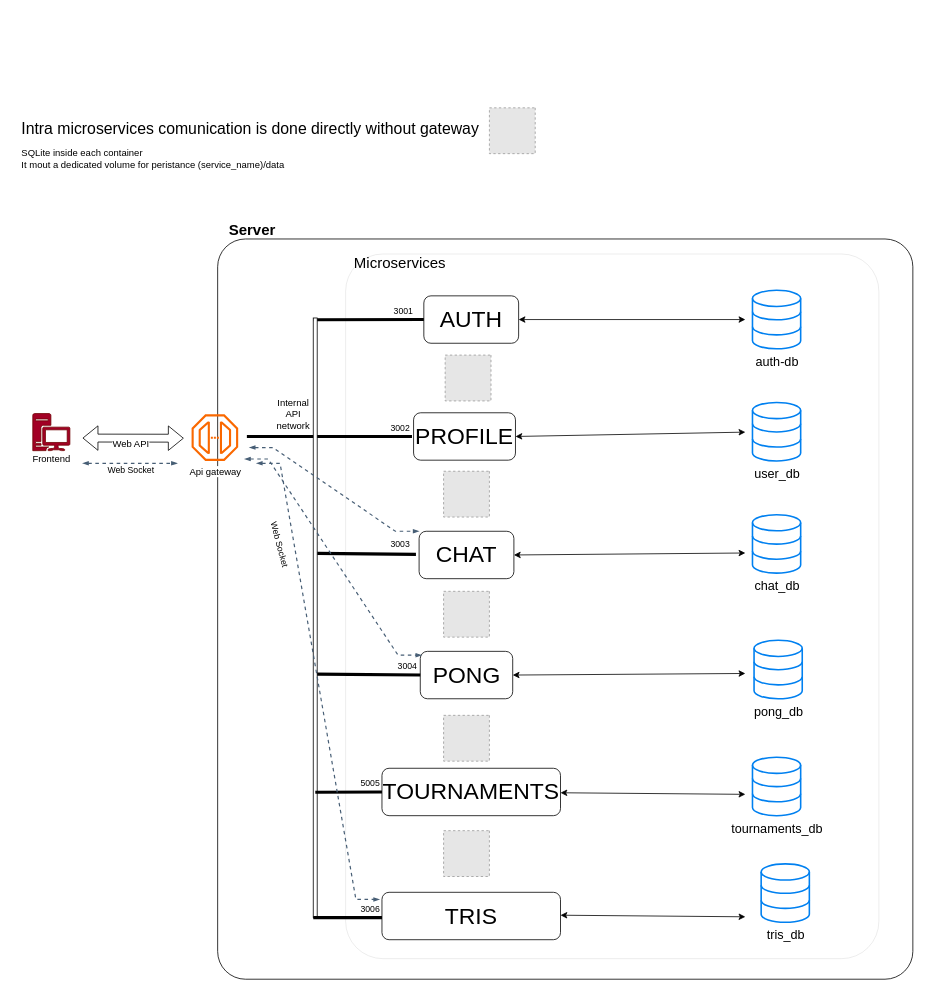
Above: docs/backend/backend_design.drawio in Sheratan095/ft_transcendence (draw.io), before the change. Source tidied: cells renumbered, new cells numbered last; positions are measured from the earlier drawing's top-left corner, leaving out a move shared by most shapes. Both pictures are drawn from the tidied source at 79%, with x=0, y=0 at pixel (13, 13). Pictures stored in the file or linked from it are replaced by grey dashed boxes.
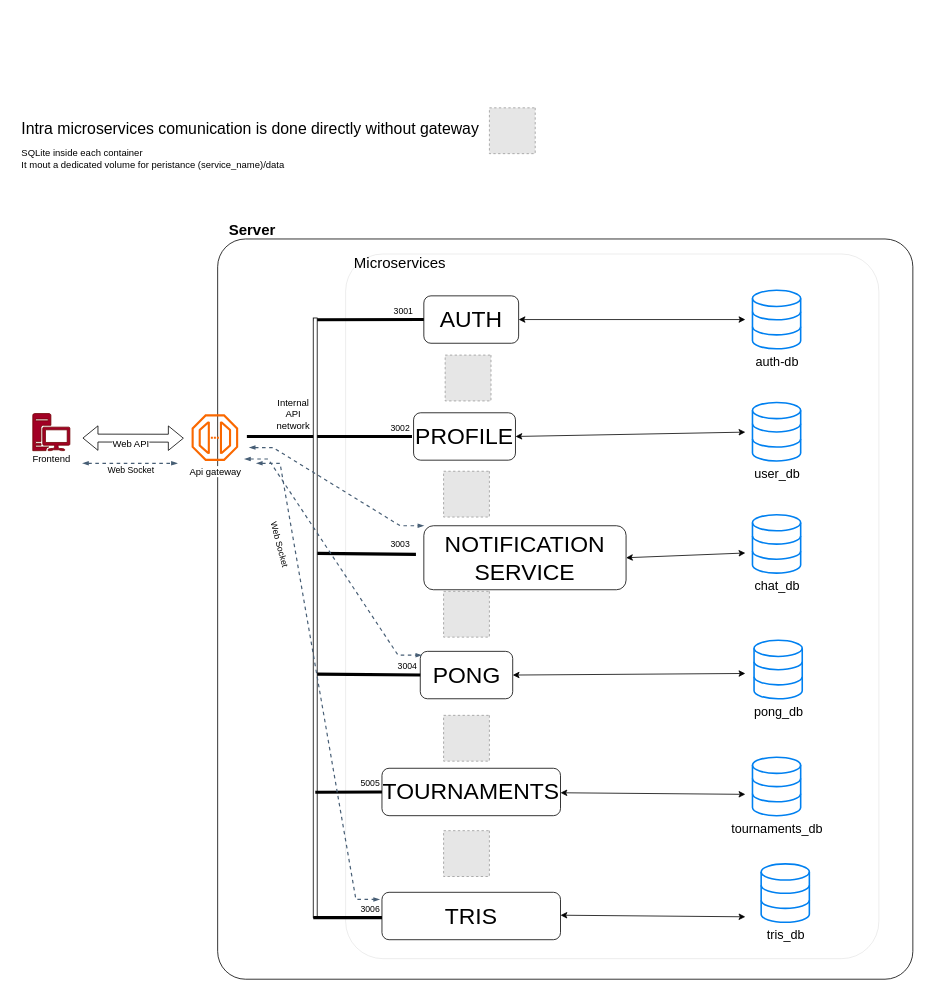
After the change.

Commit message (it also covers changes not shown here):
working on notification service

The edit, as a diff of the source:
```diff
@@
-    <mxCell id="12" value="&lt;span style=&quot;font-size: 29px;&quot;&gt;CHAT&lt;/span&gt;" style="rounded=1;whiteSpace=wrap;html=1;" parent="1" vertex="1">
-      <mxGeometry x="513" y="655" width="120" height="60" as="geometry" />
+    <mxCell id="12" value="&lt;span style=&quot;font-size: 29px;&quot;&gt;NOTIFICATION&lt;br&gt;SERVICE&lt;/span&gt;" style="rounded=1;whiteSpace=wrap;html=1;" parent="1" vertex="1">
+      <mxGeometry x="519" y="648" width="256" height="81" as="geometry" />
     </mxCell>
```
